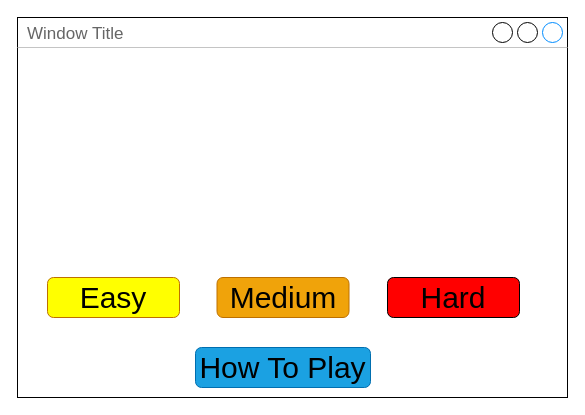
This is Copy of Untitled Diagram.drawio from Jamman72341/01_Temperature, a draw.io file, before an edit. Source tidied: cells renumbered, new cells numbered last; positions are measured from the earlier drawing's top-left corner, leaving out a move shared by most shapes. Both pictures are drawn from the tidied source at 100%, with x=0, y=0 at pixel (17, 17).
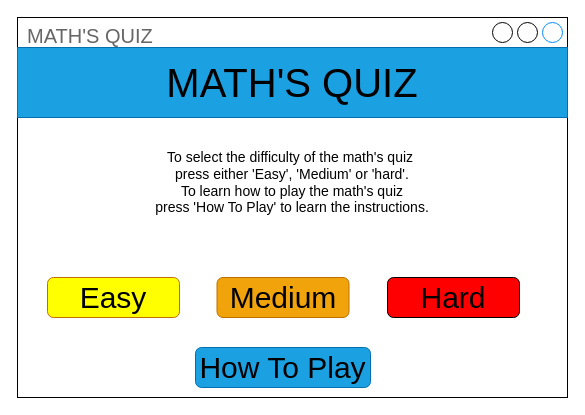
Above is the later version.

What changed in the source:
```diff
@@
 <mxGraphModel>
   <root>
     <mxCell id="0" />
     <mxCell id="1" parent="0" />
-    <mxCell id="2" value="Window Title" style="strokeWidth=1;shadow=0;dashed=0;align=center;html=1;shape=mxgraph.mockup.containers.window;align=left;verticalAlign=top;spacingLeft=8;strokeColor2=#008cff;strokeColor3=#c4c4c4;fontColor=#666666;mainText=;fontSize=17;labelBackgroundColor=none;fillColor=none;" parent="1" vertex="1">
+    <mxCell id="2" value="MATH'S QUIZ" style="strokeWidth=1;shadow=0;dashed=0;align=center;html=1;shape=mxgraph.mockup.containers.window;align=left;verticalAlign=top;spacingLeft=8;strokeColor2=#008cff;strokeColor3=#c4c4c4;fontColor=#666666;mainText=;fontSize=20;labelBackgroundColor=none;fillColor=none;" parent="1" vertex="1">
       <mxGeometry width="550" height="380" as="geometry" />
     </mxCell>
     <mxCell id="3" value="How To Play" style="rounded=1;whiteSpace=wrap;html=1;fontSize=30;fillColor=#1ba1e2;strokeColor=#006EAF;fontColor=#000000;" parent="1" vertex="1">
       <mxGeometry x="178" y="330" width="175" height="40" as="geometry" />
     </mxCell>
     <mxCell id="4" value="Medium" style="rounded=1;whiteSpace=wrap;html=1;fontSize=30;fontColor=#000000;fillColor=#f0a30a;strokeColor=#BD7000;" parent="1" vertex="1">
       <mxGeometry x="199.5" y="260" width="132" height="40" as="geometry" />
     </mxCell>
     <mxCell id="5" value="Easy" style="rounded=1;whiteSpace=wrap;html=1;fontSize=30;fillColor=#FFFF00;strokeColor=#BD7000;fontColor=#000000;" parent="1" vertex="1">
       <mxGeometry x="30" y="260" width="132" height="40" as="geometry" />
     </mxCell>
     <mxCell id="6" value="Hard" style="rounded=1;whiteSpace=wrap;html=1;fillColor=#FF0000;fontSize=30;fontColor=#000000;" parent="1" vertex="1">
       <mxGeometry x="370" y="260" width="132" height="40" as="geometry" />
     </mxCell>
+    <mxCell id="7" value="MATH'S QUIZ" style="text;html=1;strokeColor=#006EAF;fillColor=#1ba1e2;align=center;verticalAlign=middle;whiteSpace=wrap;rounded=0;fontSize=40;fontColor=#000000;" parent="1" vertex="1">
+      <mxGeometry y="30" width="550" height="70" as="geometry" />
+    </mxCell>
+    <mxCell id="8" value="To select the difficulty of the math's quiz&amp;nbsp;&lt;br&gt;press either 'Easy', 'Medium' or 'hard'.&lt;br&gt;To learn how to play the math's quiz&lt;br&gt;press 'How To Play' to learn the instructions." style="text;html=1;strokeColor=none;fillColor=none;align=center;verticalAlign=middle;whiteSpace=wrap;rounded=0;fontSize=14;fontColor=#000000;" parent="1" vertex="1">
+      <mxGeometry y="120" width="550" height="90" as="geometry" />
+    </mxCell>
   </root>
 </mxGraphModel>
```
